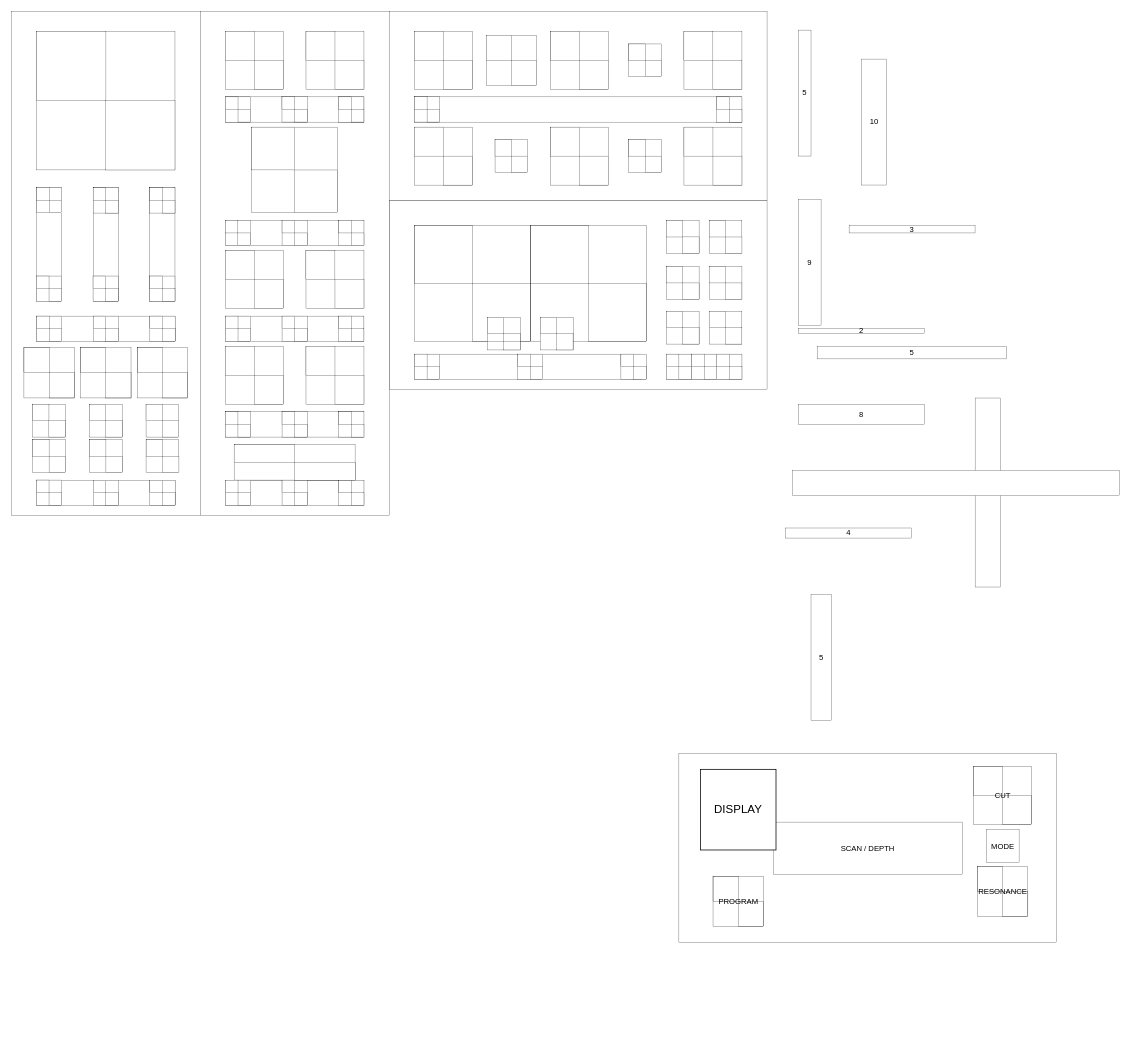
Earlier version of the draw.io diagram page "Page-3" (3 of 4) of Untitled Diagram.drawio (wtfedor/git_intro). Source tidied: cells renumbered, new cells numbered last; positions are measured from the earlier drawing's top-left corner, leaving out a move shared by most shapes. Both pictures are drawn from the tidied source at 64%, with x=0, y=0 at pixel (11, 11).
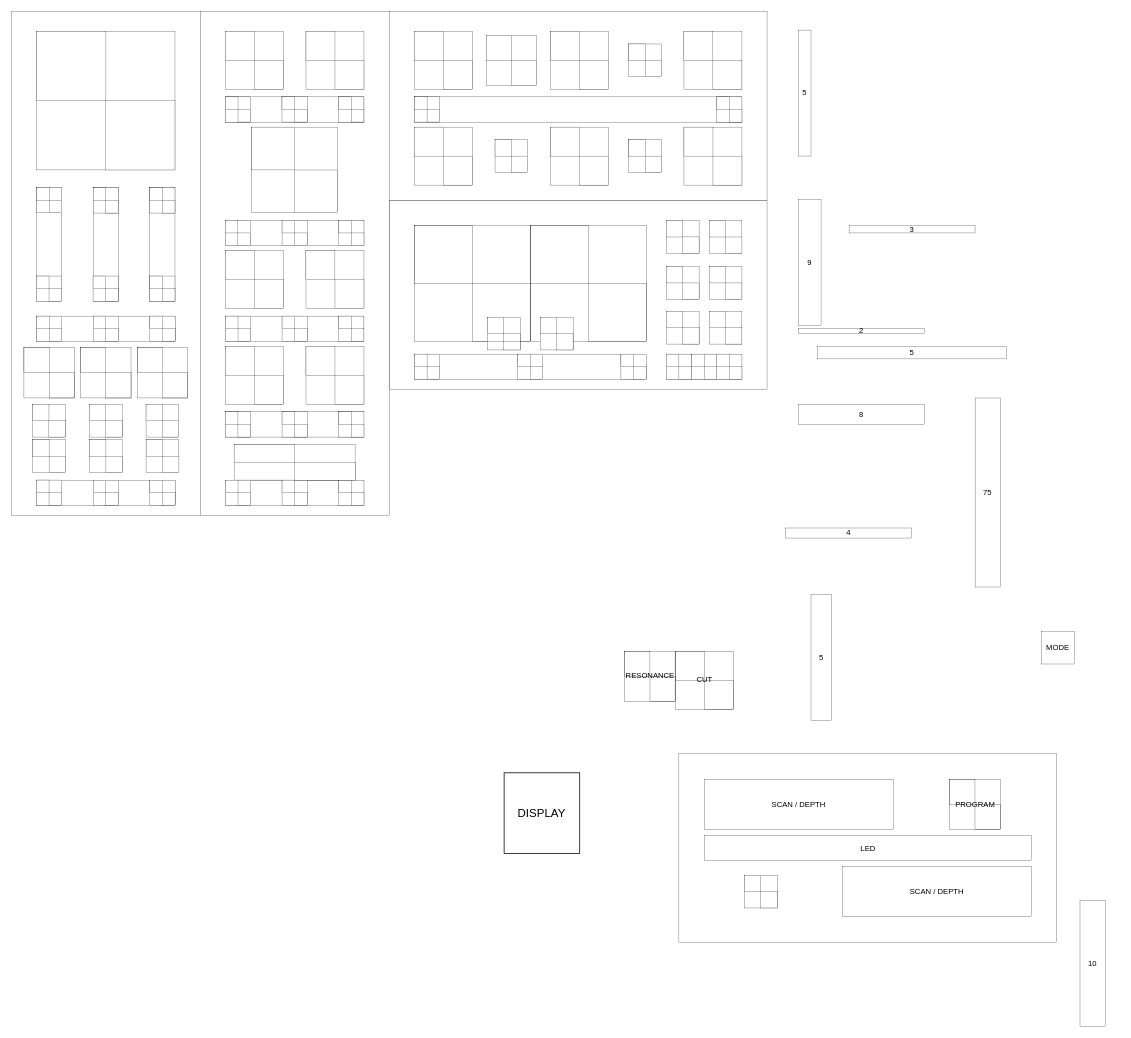
After the change.

Change to the diagram source:
```diff
@@
+    <mxCell id="133" style="rounded=0;whiteSpace=wrap;html=1;strokeWidth=0.3937;" parent="1" vertex="1">
+      <mxGeometry x="1043.3" y="1160" width="590.5" height="295.3" as="geometry" />
+    </mxCell>
@@
     <mxCell id="118" value="&lt;div&gt;10&lt;/div&gt;" style="rounded=0;whiteSpace=wrap;html=1;strokeWidth=0.3937;" parent="1" vertex="1">
-      <mxGeometry x="1328.7" y="74.8" width="39.4" height="196.8" as="geometry" />
+      <mxGeometry x="1670" y="1390" width="39.4" height="196.8" as="geometry" />
     </mxCell>
@@
-    <mxCell id="133" style="rounded=0;whiteSpace=wrap;html=1;strokeWidth=0.3937;" parent="1" vertex="1">
-      <mxGeometry x="1043.3" y="1160" width="590.5" height="295.3" as="geometry" />
-    </mxCell>
     <mxCell id="134" value="SCAN / DEPTH" style="rounded=0;whiteSpace=wrap;html=1;strokeWidth=0.3937;" parent="1" vertex="1">
-      <mxGeometry x="1191" y="1267" width="295.3" height="81.4" as="geometry" />
+      <mxGeometry x="1082.7" y="1200.4" width="295.3" height="78.7" as="geometry" />
     </mxCell>
     <mxCell id="135" value="CUT" style="rounded=0;whiteSpace=wrap;html=1;strokeWidth=0.3937;" parent="1" vertex="1">
-      <mxGeometry x="1504" y="1180.7" width="90.6" height="90.6" as="geometry" />
+      <mxGeometry x="1037.5" y="1000" width="90.6" height="90.6" as="geometry" />
     </mxCell>
     <mxCell id="136" style="rounded=0;whiteSpace=wrap;html=1;strokeWidth=0.3937;fillColor=none;" parent="1" vertex="1">
-      <mxGeometry x="1503.9" y="1180.7" width="45.3" height="45.3" as="geometry" />
+      <mxGeometry x="1037.4" y="1000" width="45.3" height="45.3" as="geometry" />
     </mxCell>
     <mxCell id="137" style="rounded=0;whiteSpace=wrap;html=1;strokeWidth=0.3937;fillColor=none;" parent="1" vertex="1">
-      <mxGeometry x="1549.2" y="1225.9" width="45.3" height="45.3" as="geometry" />
+      <mxGeometry x="1082.8" y="1045.3" width="45.3" height="45.3" as="geometry" />
     </mxCell>
     <mxCell id="138" value="RESONANCE" style="rounded=0;whiteSpace=wrap;html=1;strokeWidth=0.3937;direction=south;" parent="1" vertex="1">
-      <mxGeometry x="1509.8" y="1336.2" width="78.7" height="78.7" as="geometry" />
+      <mxGeometry x="958.6" y="1000" width="78.7" height="78.7" as="geometry" />
     </mxCell>
     <mxCell id="139" value="DISPLAY" style="rounded=0;whiteSpace=wrap;html=1;strokeWidth=1.1810999999999998;fontSize=18;" parent="1" vertex="1">
-      <mxGeometry x="1076.9" y="1184.6" width="118.1" height="126" as="geometry" />
+      <mxGeometry x="770.2" y="1190" width="118.1" height="126" as="geometry" />
     </mxCell>
     <mxCell id="140" value="MODE" style="rounded=0;whiteSpace=wrap;html=1;strokeWidth=0.3937;" parent="1" vertex="1">
-      <mxGeometry x="1523.6" y="1279.1" width="51.2" height="51.2" as="geometry" />
+      <mxGeometry x="1610" y="968.8" width="51.2" height="51.2" as="geometry" />
     </mxCell>
     <mxCell id="141" style="rounded=0;whiteSpace=wrap;html=1;strokeWidth=0.3937;fillColor=none;" parent="1" vertex="1">
-      <mxGeometry x="1509.8" y="1336.2" width="39.4" height="39.4" as="geometry" />
+      <mxGeometry x="958.6" y="1000" width="39.4" height="39.4" as="geometry" />
     </mxCell>
     <mxCell id="142" style="rounded=0;whiteSpace=wrap;html=1;strokeWidth=0.3937;fillColor=none;" parent="1" vertex="1">
-      <mxGeometry x="1549.2" y="1375.6" width="39.4" height="39.4" as="geometry" />
+      <mxGeometry x="998.1" y="1039.4" width="39.4" height="39.4" as="geometry" />
     </mxCell>
     <mxCell id="143" value="PROGRAM" style="rounded=0;whiteSpace=wrap;html=1;strokeWidth=0.3937;direction=south;" parent="1" vertex="1">
-      <mxGeometry x="1096.6" y="1351.9" width="78.7" height="78.7" as="geometry" />
+      <mxGeometry x="1466.5" y="1200.4" width="78.7" height="78.7" as="geometry" />
     </mxCell>
     <mxCell id="144" style="rounded=0;whiteSpace=wrap;html=1;strokeWidth=0.3937;fillColor=none;" parent="1" vertex="1">
-      <mxGeometry x="1096.6" y="1351.9" width="39.4" height="39.4" as="geometry" />
+      <mxGeometry x="1466.5" y="1200.4" width="39.4" height="39.4" as="geometry" />
     </mxCell>
     <mxCell id="145" style="rounded=0;whiteSpace=wrap;html=1;strokeWidth=0.3937;fillColor=none;" parent="1" vertex="1">
-      <mxGeometry x="1136" y="1391.3" width="39.4" height="39.4" as="geometry" />
+      <mxGeometry x="1505.9" y="1239.7" width="39.4" height="39.4" as="geometry" />
     </mxCell>
@@
-    <mxCell id="221" style="rounded=0;whiteSpace=wrap;html=1;strokeWidth=0.3937;" parent="1" vertex="1">
-      <mxGeometry x="1220.5" y="717.5" width="511.8" height="39.4" as="geometry" />
+    <mxCell id="221" value="LED" style="rounded=0;whiteSpace=wrap;html=1;strokeWidth=0.3937;" parent="1" vertex="1">
+      <mxGeometry x="1082.8" y="1287.9" width="511.8" height="39.4" as="geometry" />
     </mxCell>
@@
+    <mxCell id="262" value="SCAN / DEPTH" style="rounded=0;whiteSpace=wrap;html=1;strokeWidth=0.3937;" parent="1" vertex="1">
+      <mxGeometry x="1299.2" y="1336.2" width="295.3" height="78.7" as="geometry" />
+    </mxCell>
+    <mxCell id="263" style="rounded=0;whiteSpace=wrap;html=1;strokeWidth=0.3937;" parent="1" vertex="1">
+      <mxGeometry x="1145.7" y="1350" width="51.2" height="51.2" as="geometry" />
+    </mxCell>
+    <mxCell id="264" style="rounded=0;whiteSpace=wrap;html=1;strokeWidth=0.3937;" parent="1" vertex="1">
+      <mxGeometry x="1145.7" y="1350" width="25.6" height="25.6" as="geometry" />
+    </mxCell>
+    <mxCell id="265" style="rounded=0;whiteSpace=wrap;html=1;strokeWidth=0.3937;" parent="1" vertex="1">
+      <mxGeometry x="1171.3" y="1375.6" width="25.6" height="25.6" as="geometry" />
+    </mxCell>
```
